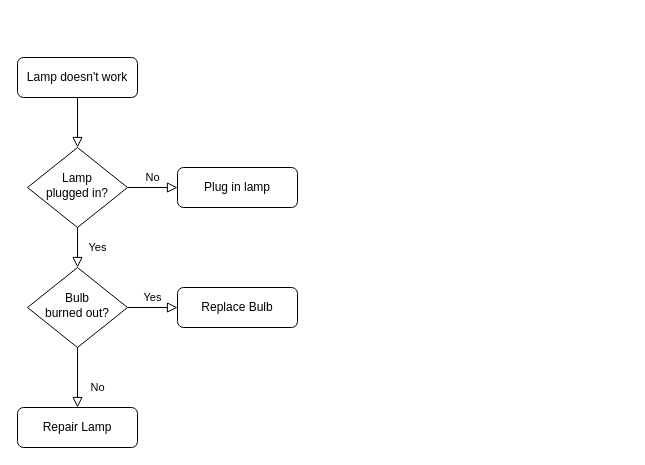
The draw.io diagram page "test" (1 of 2) of Untitled Diagram.drawio in javasingle/Java8InAction, before the edit. Source tidied: cells renumbered, new cells numbered last; positions are measured from the earlier drawing's top-left corner, leaving out a move shared by most shapes. Both pictures are drawn from the tidied source at 100%, with x=0, y=0 at pixel (17, 57).
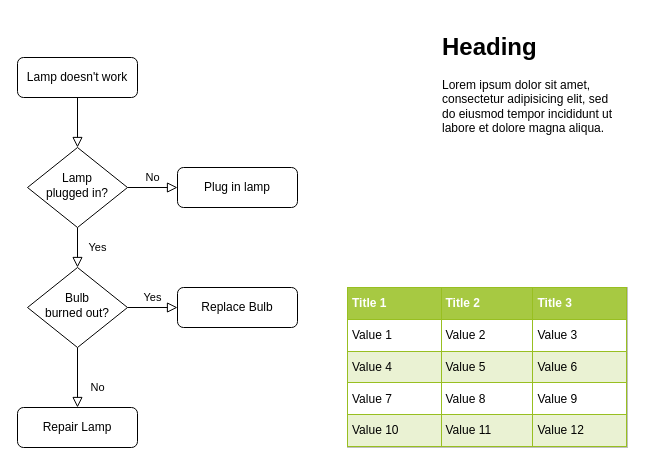
The same page after the edit.

Change to the diagram source:
```diff
@@
 <mxGraphModel>
   <root>
     <mxCell id="0" />
     <mxCell id="1" parent="0" />
     <mxCell id="2" style="rounded=0;html=1;jettySize=auto;fontSize=11;endArrow=block;endFill=0;endSize=8;strokeWidth=1;shadow=0;labelBackgroundColor=none;edgeStyle=orthogonalEdgeStyle;" parent="1" edge="1" source="3" target="6">
       <mxGeometry relative="1" as="geometry" />
     </mxCell>
     <mxCell id="3" value="Lamp doesn't work" style="rounded=1;whiteSpace=wrap;html=1;fontSize=12;glass=0;strokeWidth=1;shadow=0;" parent="1" vertex="1">
       <mxGeometry width="120" height="40" as="geometry" />
     </mxCell>
     <mxCell id="4" value="Yes" style="rounded=0;html=1;jettySize=auto;fontSize=11;endArrow=block;endFill=0;endSize=8;strokeWidth=1;shadow=0;labelBackgroundColor=none;edgeStyle=orthogonalEdgeStyle;" parent="1" edge="1" source="6" target="10">
       <mxGeometry y="20" relative="1" as="geometry" />
     </mxCell>
     <mxCell id="5" value="No" style="edgeStyle=orthogonalEdgeStyle;rounded=0;html=1;jettySize=auto;fontSize=11;endArrow=block;endFill=0;endSize=8;strokeWidth=1;shadow=0;labelBackgroundColor=none;" parent="1" edge="1" source="6" target="7">
       <mxGeometry y="10" relative="1" as="geometry" />
     </mxCell>
     <mxCell id="6" value="Lamp&lt;br&gt;plugged in?" style="rhombus;whiteSpace=wrap;html=1;shadow=0;fontFamily=Helvetica;fontSize=12;align=center;strokeWidth=1;spacing=6;spacingTop=-4;" parent="1" vertex="1">
       <mxGeometry x="10" y="90" width="100" height="80" as="geometry" />
     </mxCell>
     <mxCell id="7" value="Plug in lamp" style="rounded=1;whiteSpace=wrap;html=1;fontSize=12;glass=0;strokeWidth=1;shadow=0;" parent="1" vertex="1">
       <mxGeometry x="160" y="110" width="120" height="40" as="geometry" />
     </mxCell>
     <mxCell id="8" value="No" style="rounded=0;html=1;jettySize=auto;fontSize=11;endArrow=block;endFill=0;endSize=8;strokeWidth=1;shadow=0;labelBackgroundColor=none;edgeStyle=orthogonalEdgeStyle;" parent="1" edge="1" source="10" target="11">
       <mxGeometry x="0.33" y="20" relative="1" as="geometry" />
     </mxCell>
     <mxCell id="9" value="Yes" style="edgeStyle=orthogonalEdgeStyle;rounded=0;html=1;jettySize=auto;fontSize=11;endArrow=block;endFill=0;endSize=8;strokeWidth=1;shadow=0;labelBackgroundColor=none;" parent="1" edge="1" source="10" target="12">
       <mxGeometry y="10" relative="1" as="geometry" />
     </mxCell>
     <mxCell id="10" value="Bulb&lt;br&gt;burned out?" style="rhombus;whiteSpace=wrap;html=1;shadow=0;fontFamily=Helvetica;fontSize=12;align=center;strokeWidth=1;spacing=6;spacingTop=-4;" parent="1" vertex="1">
       <mxGeometry x="10" y="210" width="100" height="80" as="geometry" />
     </mxCell>
     <mxCell id="11" value="Repair Lamp" style="rounded=1;whiteSpace=wrap;html=1;fontSize=12;glass=0;strokeWidth=1;shadow=0;" parent="1" vertex="1">
       <mxGeometry y="350" width="120" height="40" as="geometry" />
     </mxCell>
     <mxCell id="12" value="Replace Bulb" style="rounded=1;whiteSpace=wrap;html=1;fontSize=12;glass=0;strokeWidth=1;shadow=0;" parent="1" vertex="1">
       <mxGeometry x="160" y="230" width="120" height="40" as="geometry" />
     </mxCell>
+    <mxCell id="13" value="&lt;h1&gt;Heading&lt;/h1&gt;&lt;p&gt;Lorem ipsum dolor sit amet, consectetur adipisicing elit, sed do eiusmod tempor incididunt ut labore et dolore magna aliqua.&lt;/p&gt;" style="text;html=1;strokeColor=none;fillColor=none;spacing=5;spacingTop=-20;whiteSpace=wrap;overflow=hidden;rounded=0;" parent="1" vertex="1">
+      <mxGeometry x="420" y="-30" width="190" height="120" as="geometry" />
+    </mxCell>
+    <mxCell id="14" value="&lt;table border=&quot;1&quot; width=&quot;100%&quot; height=&quot;100%&quot; cellpadding=&quot;4&quot; style=&quot;width:100%;height:100%;border-collapse:collapse;&quot;&gt;&lt;tr style=&quot;background-color:#A7C942;color:#ffffff;border:1px solid #98bf21;&quot;&gt;&lt;th align=&quot;left&quot;&gt;Title 1&lt;/th&gt;&lt;th align=&quot;left&quot;&gt;Title 2&lt;/th&gt;&lt;th align=&quot;left&quot;&gt;Title 3&lt;/th&gt;&lt;/tr&gt;&lt;tr style=&quot;border:1px solid #98bf21;&quot;&gt;&lt;td&gt;Value 1&lt;/td&gt;&lt;td&gt;Value 2&lt;/td&gt;&lt;td&gt;Value 3&lt;/td&gt;&lt;/tr&gt;&lt;tr style=&quot;background-color:#EAF2D3;border:1px solid #98bf21;&quot;&gt;&lt;td&gt;Value 4&lt;/td&gt;&lt;td&gt;Value 5&lt;/td&gt;&lt;td&gt;Value 6&lt;/td&gt;&lt;/tr&gt;&lt;tr style=&quot;border:1px solid #98bf21;&quot;&gt;&lt;td&gt;Value 7&lt;/td&gt;&lt;td&gt;Value 8&lt;/td&gt;&lt;td&gt;Value 9&lt;/td&gt;&lt;/tr&gt;&lt;tr style=&quot;background-color:#EAF2D3;border:1px solid #98bf21;&quot;&gt;&lt;td&gt;Value 10&lt;/td&gt;&lt;td&gt;Value 11&lt;/td&gt;&lt;td&gt;Value 12&lt;/td&gt;&lt;/tr&gt;&lt;/table&gt;" style="text;html=1;strokeColor=#c0c0c0;fillColor=#ffffff;overflow=fill;rounded=0;" parent="1" vertex="1">
+      <mxGeometry x="330" y="230" width="280" height="160" as="geometry" />
+    </mxCell>
   </root>
 </mxGraphModel>
```
